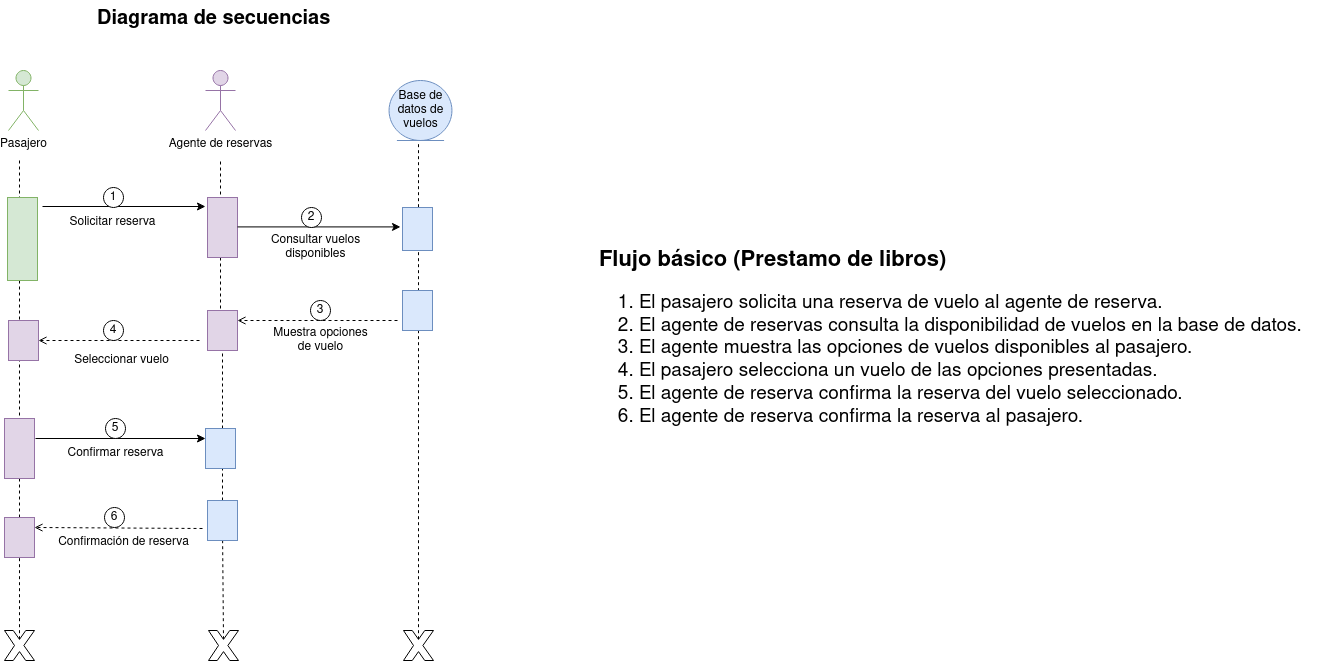
Above: diagramas/tarea3 (reserva vuelos)/diagrama_secuencias_reserva_vuelos.png in Chugani05/entorno_de_desarrollo (draw.io), before the change. Source tidied: cells renumbered, new cells last; positions are measured from the earlier drawing's top-left corner, leaving out a move shared by most shapes.
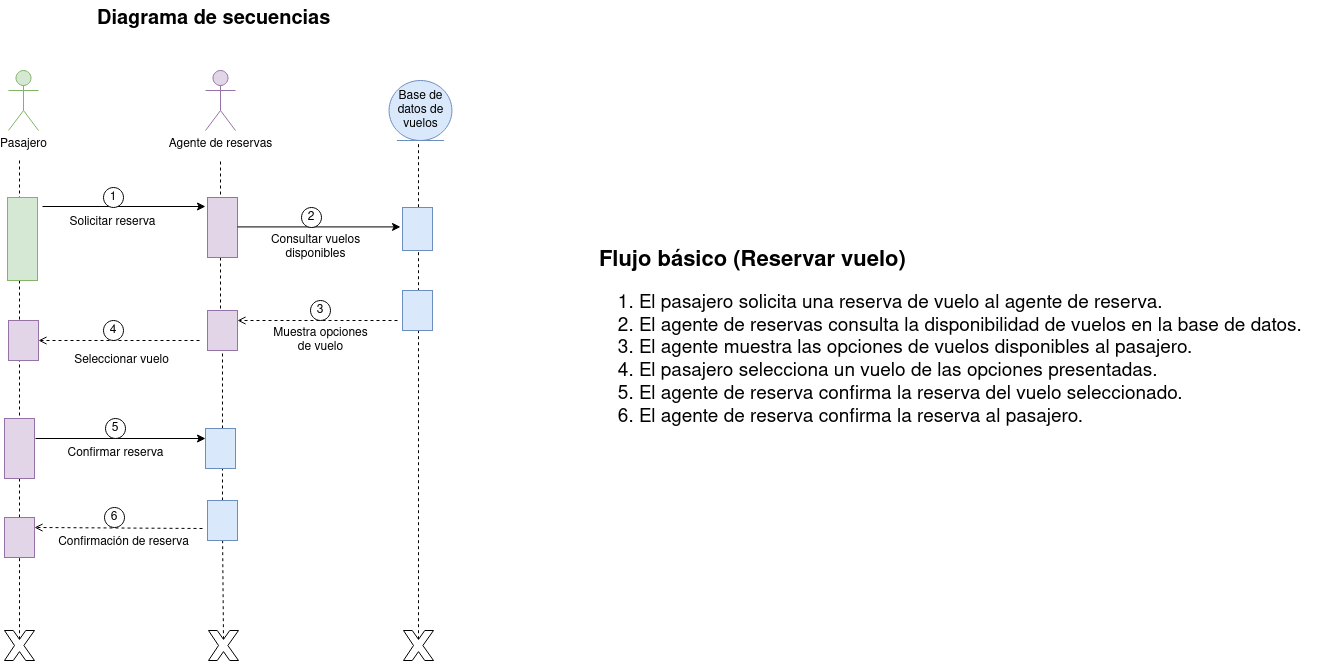
After the commit.

Change to the diagram source:
```diff
@@ -90,7 +90,7 @@
     <mxCell id="24" value="Confirmación de reserva" style="text;html=1;align=center;verticalAlign=middle;strokeColor=none;fillColor=none;" parent="1" vertex="1">
       <mxGeometry x="44" y="527" width="150" height="30" as="geometry" />
     </mxCell>
-    <mxCell id="25" value="&lt;div style=&quot;font-size: 20px;&quot;&gt;&lt;font size=&quot;1&quot;&gt;&lt;b&gt;&lt;font style=&quot;font-size: 22px;&quot;&gt;Flujo básico (Prestamo de libros)&lt;/font&gt;&lt;/b&gt;&lt;/font&gt;&lt;/div&gt;&lt;div style=&quot;font-size: 19px;&quot;&gt;&lt;ol&gt;&lt;li&gt;El pasajero solicita una reserva de vuelo al agente de reserva.&lt;/li&gt;&lt;li&gt;El agente de reservas consulta la disponibilidad de vuelos en la base de datos.&lt;/li&gt;&lt;li&gt;El agente muestra las opciones de vuelos disponibles al pasajero.&lt;/li&gt;&lt;li&gt;El pasajero selecciona un vuelo de las opciones presentadas.&lt;/li&gt;&lt;li&gt;El agente de reserva confirma la reserva del vuelo seleccionado.&lt;/li&gt;&lt;li&gt;El agente de reserva confirma la reserva al pasajero.&lt;/li&gt;&lt;/ol&gt;&lt;/div&gt;" style="text;whiteSpace=wrap;html=1;" parent="1" vertex="1">
+    <mxCell id="25" value="&lt;div style=&quot;font-size: 20px;&quot;&gt;&lt;font size=&quot;1&quot;&gt;&lt;b&gt;&lt;font style=&quot;font-size: 22px;&quot;&gt;Flujo básico (Reservar vuelo)&lt;/font&gt;&lt;/b&gt;&lt;/font&gt;&lt;/div&gt;&lt;div style=&quot;font-size: 19px;&quot;&gt;&lt;ol&gt;&lt;li&gt;El pasajero solicita una reserva de vuelo al agente de reserva.&lt;/li&gt;&lt;li&gt;El agente de reservas consulta la disponibilidad de vuelos en la base de datos.&lt;/li&gt;&lt;li&gt;El agente muestra las opciones de vuelos disponibles al pasajero.&lt;/li&gt;&lt;li&gt;El pasajero selecciona un vuelo de las opciones presentadas.&lt;/li&gt;&lt;li&gt;El agente de reserva confirma la reserva del vuelo seleccionado.&lt;/li&gt;&lt;li&gt;El agente de reserva confirma la reserva al pasajero.&lt;/li&gt;&lt;/ol&gt;&lt;/div&gt;" style="text;whiteSpace=wrap;html=1;" parent="1" vertex="1">
       <mxGeometry x="593" y="240" width="730" height="293" as="geometry" />
     </mxCell>
     <mxCell id="26" value="Base de datos de vuelos" style="ellipse;shape=umlEntity;whiteSpace=wrap;html=1;fillColor=#dae8fc;strokeColor=#6c8ebf;" parent="1" vertex="1">
```
